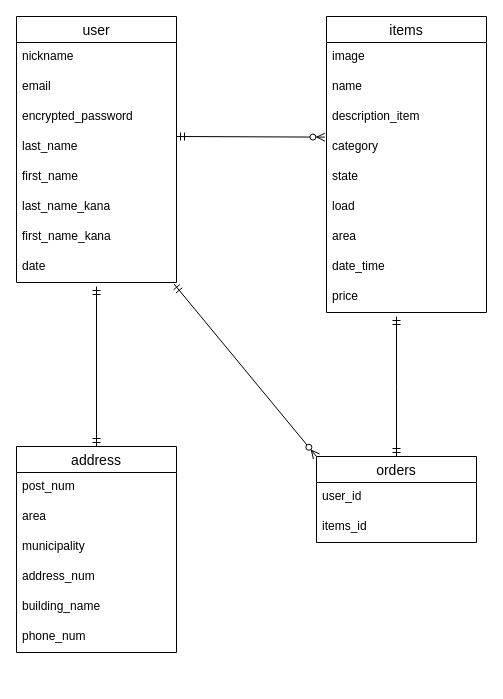
The draw.io diagram page "ページ1" (1 of 2) of furima.dio in yudai1019/furima-38170, before the edit. Source tidied: cells renumbered, new cells numbered last; positions are measured from the earlier drawing's top-left corner, leaving out a move shared by most shapes. Both pictures are drawn from the tidied source at 100%, with x=0, y=0 at pixel (16, 16).
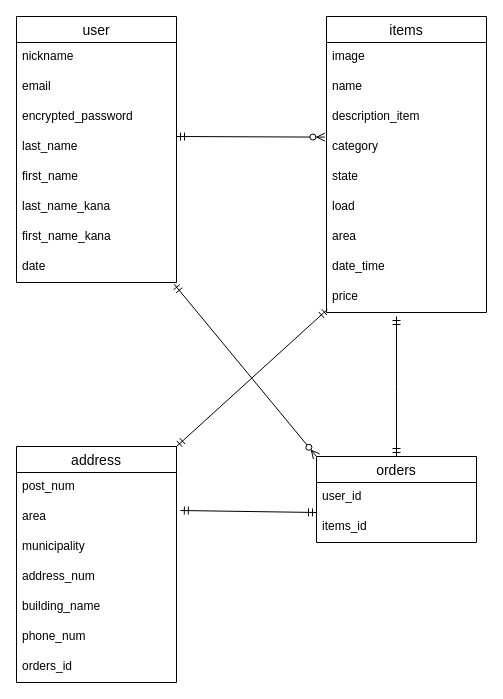
Above is the later version.

Commit message (it also covers changes not shown here):
データベース設計

Unchanged cells that the change refers to:
```xml
<mxCell id="11" value="orders" style="swimlane;fontStyle=0;horizontal=1;startSize=26;align=center;fontSize=14;" parent="1" vertex="1">
  <mxGeometry x="300" y="440" width="160" height="86" as="geometry" />
</mxCell>
<mxCell id="23" value="price" style="text;strokeColor=none;fillColor=none;spacingLeft=4;spacingRight=4;overflow=hidden;points=[[0,0.5],[1,0.5]];portConstraint=eastwest;fontSize=12;" parent="14" vertex="1">
  <mxGeometry y="266" width="160" height="30" as="geometry" />
</mxCell>
<mxCell id="26" value="area" style="text;strokeColor=none;fillColor=none;spacingLeft=4;spacingRight=4;overflow=hidden;points=[[0,0.5],[1,0.5]];portConstraint=eastwest;fontSize=12;" parent="24" vertex="1">
  <mxGeometry y="56" width="160" height="30" as="geometry" />
</mxCell>
```

What changed in the source:
```diff
@@
+    <mxCell id="35" style="fontSize=12;html=1;endArrow=ERmandOne;startArrow=ERmandOne;rounded=1;labelBackgroundColor=default;fontFamily=Helvetica;fontColor=default;strokeColor=default;shape=connector;exitX=1.024;exitY=0.267;exitDx=0;exitDy=0;exitPerimeter=0;" parent="11" edge="1" source="26">
+      <mxGeometry relative="1" as="geometry">
+        <mxPoint y="56" as="targetPoint" />
+      </mxGeometry>
+    </mxCell>
@@
     <mxCell id="24" value="address" style="swimlane;fontStyle=0;horizontal=1;startSize=26;align=center;fontSize=14;" parent="1" vertex="1">
-      <mxGeometry y="430" width="160" height="206" as="geometry" />
+      <mxGeometry y="430" width="160" height="236" as="geometry" />
     </mxCell>
@@
+    <mxCell id="36" value="orders_id" style="text;strokeColor=none;fillColor=none;spacingLeft=4;spacingRight=4;overflow=hidden;fontSize=12;" parent="24" vertex="1">
+      <mxGeometry y="206" width="160" height="30" as="geometry" />
+    </mxCell>
-    <mxCell id="31" style="edgeStyle=orthogonalEdgeStyle;fontSize=12;html=1;endArrow=ERmandOne;startArrow=ERmandOne;exitX=0.5;exitY=0;exitDx=0;exitDy=0;" parent="1" edge="1" source="24">
-      <mxGeometry relative="1" as="geometry">
-        <mxPoint x="80" y="270" as="targetPoint" />
-      </mxGeometry>
+    <mxCell id="31" style="fontSize=12;html=1;endArrow=ERmandOne;startArrow=ERmandOne;exitX=1;exitY=0;exitDx=0;exitDy=0;entryX=0.005;entryY=0.9;entryDx=0;entryDy=0;entryPerimeter=0;" parent="1" edge="1" source="24" target="23">
+      <mxGeometry relative="1" as="geometry" />
     </mxCell>
```
